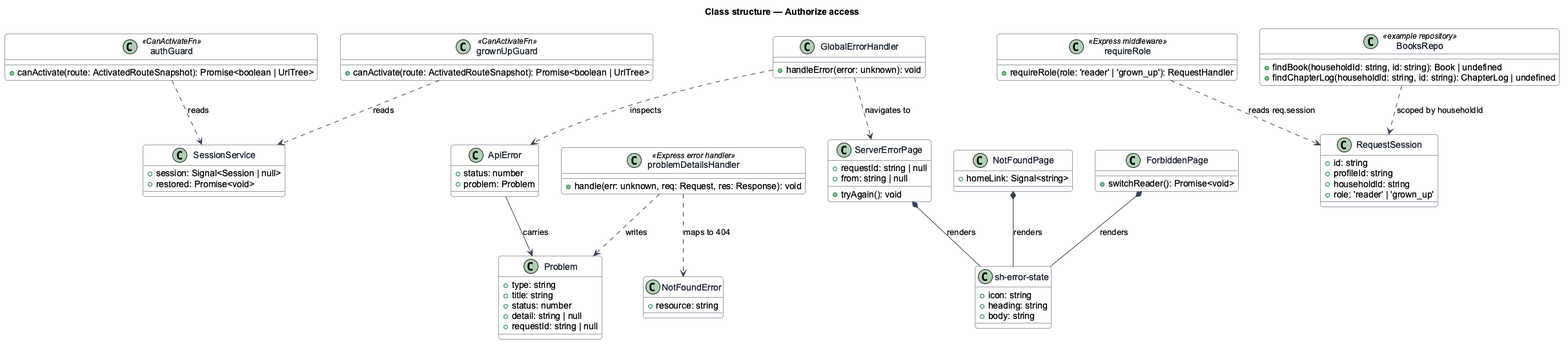
Above: docs/detailed-designs/sign-in/authorize-access/diagrams/class-structure.png in QuinntyneBrown/shelfie (PlantUML), before the change. Source of this version:
```plantuml
@startuml
skinparam backgroundColor #FFFFFF
skinparam shadowing false
skinparam roundcorner 8
skinparam defaultFontName Arial
skinparam ArrowColor #344054
skinparam class {
  BorderColor #344054
  FontColor #101828
  BackgroundColor #F9FAFB
}
title Class structure — Authorize access

class SessionService {
  +session: Signal<Session | null>
  +restored: Promise<void>
}

class authGuard <<CanActivateFn>> {
  +canActivate(route: ActivatedRouteSnapshot): Promise<boolean | UrlTree>
}

class grownUpGuard <<CanActivateFn>> {
  +canActivate(route: ActivatedRouteSnapshot): Promise<boolean | UrlTree>
}

class GlobalErrorHandler {
  +handleError(error: unknown): void
}

class ApiError {
  +status: number
  +problem: Problem
}

class Problem {
  +type: string
  +title: string
  +status: number
  +detail: string | null
  +requestId: string | null
}

class "sh-error-state" as ErrorState {
  +icon: string
  +heading: string
  +body: string
}

class NotFoundPage {
  +homeLink: Signal<string>
}

class ForbiddenPage {
  +switchReader(): Promise<void>
}

class ServerErrorPage {
  +requestId: string | null
  +from: string | null
  +tryAgain(): void
}

class requireRole <<Express middleware>> {
  +requireRole(role: 'reader' | 'grown_up'): RequestHandler
}

class RequestSession {
  +id: string
  +profileId: string
  +householdId: string
  +role: 'reader' | 'grown_up'
}

class NotFoundError {
  +resource: string
}

class problemDetailsHandler <<Express error handler>> {
  +handle(err: unknown, req: Request, res: Response): void
}

class BooksRepo <<example repository>> {
  +findBook(householdId: string, id: string): Book | undefined
  +findChapterLog(householdId: string, id: string): ChapterLog | undefined
}

authGuard ..> SessionService : reads
grownUpGuard ..> SessionService : reads
GlobalErrorHandler ..> ApiError : inspects
ApiError --> Problem : carries
NotFoundPage *-- ErrorState : renders
ForbiddenPage *-- ErrorState : renders
ServerErrorPage *-- ErrorState : renders
GlobalErrorHandler ..> ServerErrorPage : navigates to
requireRole ..> RequestSession : reads req.session
BooksRepo ..> RequestSession : scoped by householdId
problemDetailsHandler ..> NotFoundError : maps to 404
problemDetailsHandler ..> Problem : writes
@enduml
```
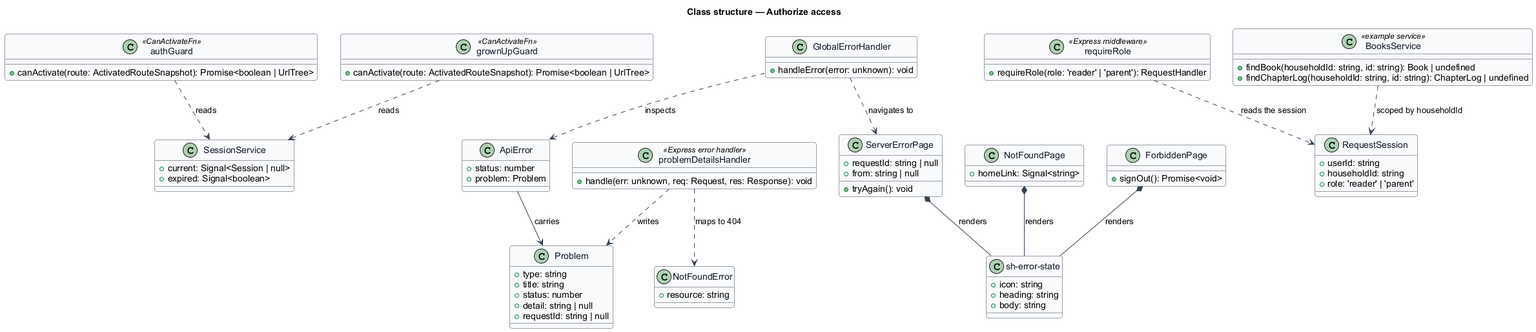
Above is the later version.

Change to the diagram source:
```diff
@@ -12,8 +12,8 @@
 title Class structure — Authorize access
 
 class SessionService {
-  +session: Signal<Session | null>
-  +restored: Promise<void>
+  +current: Signal<Session | null>
+  +expired: Signal<boolean>
 }
 
 class authGuard <<CanActivateFn>> {
@@ -52,7 +52,7 @@
 }
 
 class ForbiddenPage {
-  +switchReader(): Promise<void>
+  +signOut(): Promise<void>
 }
 
 class ServerErrorPage {
@@ -62,14 +62,13 @@
 }
 
 class requireRole <<Express middleware>> {
-  +requireRole(role: 'reader' | 'grown_up'): RequestHandler
+  +requireRole(role: 'reader' | 'parent'): RequestHandler
 }
 
 class RequestSession {
-  +id: string
-  +profileId: string
+  +userId: string
   +householdId: string
-  +role: 'reader' | 'grown_up'
+  +role: 'reader' | 'parent'
 }
 
 class NotFoundError {
@@ -80,7 +79,7 @@
   +handle(err: unknown, req: Request, res: Response): void
 }
 
-class BooksRepo <<example repository>> {
+class BooksService <<example service>> {
   +findBook(householdId: string, id: string): Book | undefined
   +findChapterLog(householdId: string, id: string): ChapterLog | undefined
 }
@@ -93,8 +92,8 @@
 ForbiddenPage *-- ErrorState : renders
 ServerErrorPage *-- ErrorState : renders
 GlobalErrorHandler ..> ServerErrorPage : navigates to
-requireRole ..> RequestSession : reads req.session
-BooksRepo ..> RequestSession : scoped by householdId
+requireRole ..> RequestSession : reads the session
+BooksService ..> RequestSession : scoped by householdId
 problemDetailsHandler ..> NotFoundError : maps to 404
 problemDetailsHandler ..> Problem : writes
 @enduml
```
